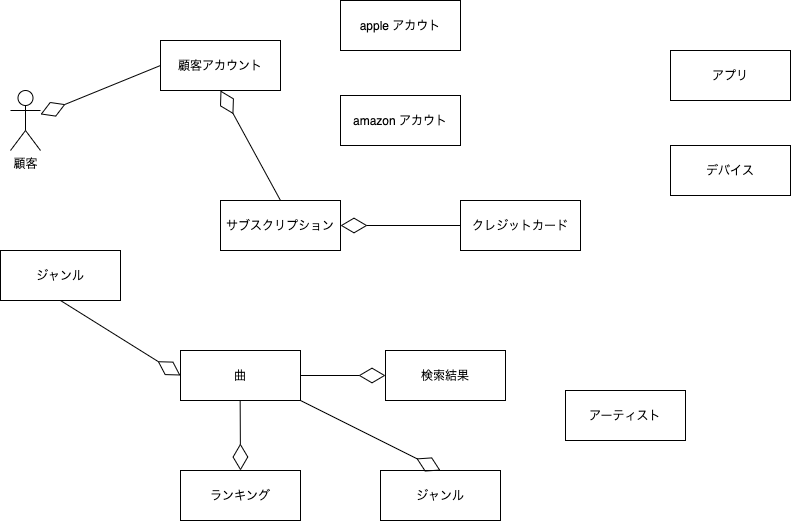
Msksgm/ucdd keeps this draw.io diagram as 2_0_4_02.drawio.png. Above is the earlier version. Source tidied: cells renumbered, new cells last; positions are measured from the earlier drawing's top-left corner, leaving out a move shared by most shapes. Its diagram source:
```xml
<mxGraphModel>
  <root>
    <mxCell id="0" />
    <mxCell id="1" parent="0" />
    <mxCell id="2" value="顧客" style="shape=umlActor;verticalLabelPosition=bottom;verticalAlign=top;html=1;outlineConnect=0;" parent="1" vertex="1">
      <mxGeometry x="10" y="90" width="30" height="60" as="geometry" />
    </mxCell>
    <mxCell id="3" style="endArrow=diamondThin;endFill=0;endSize=24;html=1;exitX=0;exitY=0.5;exitDx=0;exitDy=0;" parent="1" edge="1" target="2">
      <mxGeometry relative="1" as="geometry">
        <mxPoint x="160" y="65" as="sourcePoint" />
      </mxGeometry>
    </mxCell>
    <mxCell id="4" value="顧客アカウント" style="rounded=0;whiteSpace=wrap;html=1;" parent="1" vertex="1">
      <mxGeometry x="160" y="40" width="120" height="50" as="geometry" />
    </mxCell>
    <mxCell id="5" value="サブスクリプション" style="rounded=0;whiteSpace=wrap;html=1;" parent="1" vertex="1">
      <mxGeometry x="220" y="200" width="120" height="50" as="geometry" />
    </mxCell>
    <mxCell id="6" style="endArrow=diamondThin;endFill=0;endSize=24;html=1;exitX=0.5;exitY=0;exitDx=0;exitDy=0;entryX=0.5;entryY=1;entryDx=0;entryDy=0;" parent="1" edge="1" source="5" target="4">
      <mxGeometry relative="1" as="geometry" />
    </mxCell>
    <mxCell id="7" style="endArrow=diamondThin;endFill=0;endSize=24;html=1;entryX=1;entryY=0.5;entryDx=0;entryDy=0;" parent="1" edge="1" target="5">
      <mxGeometry relative="1" as="geometry">
        <mxPoint x="460" y="225" as="sourcePoint" />
      </mxGeometry>
    </mxCell>
    <mxCell id="8" value="クレジットカード" style="rounded=0;whiteSpace=wrap;html=1;" parent="1" vertex="1">
      <mxGeometry x="460" y="200" width="120" height="50" as="geometry" />
    </mxCell>
    <mxCell id="9" value="曲" style="rounded=0;whiteSpace=wrap;html=1;" parent="1" vertex="1">
      <mxGeometry x="180" y="350" width="120" height="50" as="geometry" />
    </mxCell>
    <mxCell id="10" style="endArrow=diamondThin;endFill=0;endSize=24;html=1;entryX=0;entryY=0.5;entryDx=0;entryDy=0;" parent="1" edge="1" target="9">
      <mxGeometry relative="1" as="geometry">
        <mxPoint x="60" y="300" as="sourcePoint" />
      </mxGeometry>
    </mxCell>
    <mxCell id="11" value="ジャンル" style="rounded=0;whiteSpace=wrap;html=1;" parent="1" vertex="1">
      <mxGeometry y="250" width="120" height="50" as="geometry" />
    </mxCell>
    <mxCell id="12" value="検索結果" style="rounded=0;whiteSpace=wrap;html=1;" parent="1" vertex="1">
      <mxGeometry x="385" y="350" width="120" height="50" as="geometry" />
    </mxCell>
    <mxCell id="13" style="endArrow=diamondThin;endFill=0;endSize=24;html=1;entryX=0;entryY=0.5;entryDx=0;entryDy=0;exitX=1;exitY=0.5;exitDx=0;exitDy=0;" parent="1" edge="1" source="9" target="12">
      <mxGeometry relative="1" as="geometry" />
    </mxCell>
    <mxCell id="14" value="ランキング" style="rounded=0;whiteSpace=wrap;html=1;" parent="1" vertex="1">
      <mxGeometry x="180" y="470" width="120" height="50" as="geometry" />
    </mxCell>
    <mxCell id="15" style="endArrow=diamondThin;endFill=0;endSize=24;html=1;" parent="1" edge="1">
      <mxGeometry relative="1" as="geometry">
        <mxPoint x="239.7" y="400" as="sourcePoint" />
        <mxPoint x="240" y="470" as="targetPoint" />
      </mxGeometry>
    </mxCell>
    <mxCell id="16" value="アーティスト" style="rounded=0;whiteSpace=wrap;html=1;" parent="1" vertex="1">
      <mxGeometry x="565" y="390" width="120" height="50" as="geometry" />
    </mxCell>
    <mxCell id="17" value="apple アカウト" style="rounded=0;whiteSpace=wrap;html=1;" parent="1" vertex="1">
      <mxGeometry x="340" width="120" height="50" as="geometry" />
    </mxCell>
    <mxCell id="18" value="amazon アカウト" style="rounded=0;whiteSpace=wrap;html=1;" parent="1" vertex="1">
      <mxGeometry x="340" y="95" width="120" height="50" as="geometry" />
    </mxCell>
    <mxCell id="19" value="アプリ" style="rounded=0;whiteSpace=wrap;html=1;" parent="1" vertex="1">
      <mxGeometry x="670" y="50" width="120" height="50" as="geometry" />
    </mxCell>
    <mxCell id="20" value="デバイス" style="rounded=0;whiteSpace=wrap;html=1;" parent="1" vertex="1">
      <mxGeometry x="670" y="145" width="120" height="50" as="geometry" />
    </mxCell>
    <mxCell id="21" value="ジャンル" style="rounded=0;whiteSpace=wrap;html=1;" parent="1" vertex="1">
      <mxGeometry x="380" y="470" width="120" height="50" as="geometry" />
    </mxCell>
    <mxCell id="22" style="endArrow=diamondThin;endFill=0;endSize=24;html=1;entryX=0.5;entryY=0;entryDx=0;entryDy=0;exitX=1;exitY=1;exitDx=0;exitDy=0;" parent="1" edge="1" source="9" target="21">
      <mxGeometry relative="1" as="geometry" />
    </mxCell>
  </root>
</mxGraphModel>
```
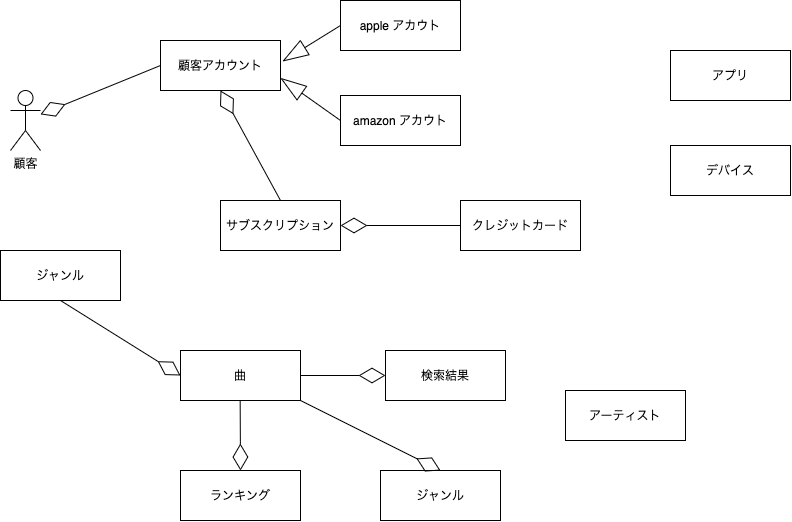
After the commit.

Diff of the diagram source:
```diff
@@ -74,5 +74,11 @@
     <mxCell id="22" style="endArrow=diamondThin;endFill=0;endSize=24;html=1;entryX=0.5;entryY=0;entryDx=0;entryDy=0;exitX=1;exitY=1;exitDx=0;exitDy=0;" parent="1" edge="1" source="9" target="21">
       <mxGeometry relative="1" as="geometry" />
     </mxCell>
+    <mxCell id="23" style="endArrow=blockThin;endFill=0;endSize=24;html=1;entryX=1.017;entryY=0.418;entryDx=0;entryDy=0;exitX=0;exitY=0.5;exitDx=0;exitDy=0;entryPerimeter=0;" parent="1" edge="1" source="17" target="4">
+      <mxGeometry relative="1" as="geometry" />
+    </mxCell>
+    <mxCell id="24" style="endArrow=blockThin;endFill=0;endSize=24;html=1;entryX=1;entryY=0.75;entryDx=0;entryDy=0;exitX=0;exitY=0.5;exitDx=0;exitDy=0;" parent="1" edge="1" source="18" target="4">
+      <mxGeometry relative="1" as="geometry" />
+    </mxCell>
   </root>
 </mxGraphModel>
```
